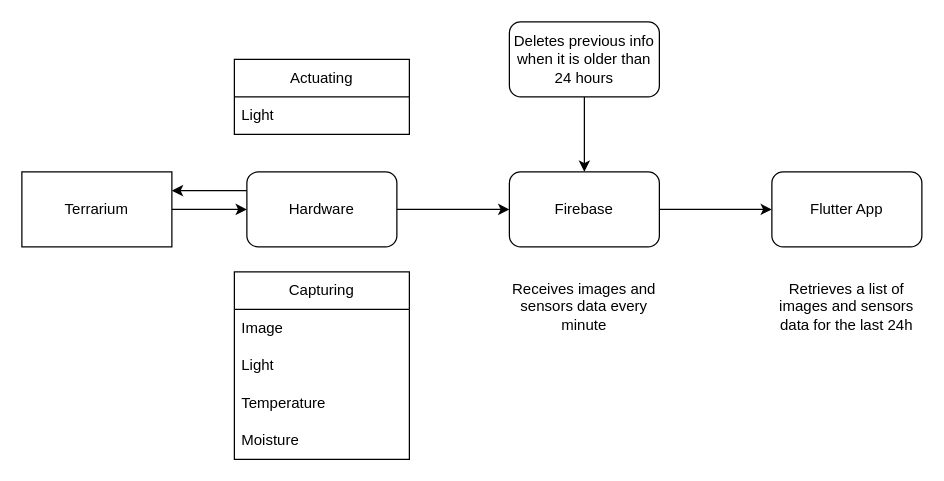
Before: Workflow.drawio in GustavoSantiago113/TerrariumMonitor, a draw.io diagram. Source tidied: cells renumbered, new cells numbered last; positions are measured from the earlier drawing's top-left corner, leaving out a move shared by most shapes. Both pictures are drawn from the tidied source at 125%, with x=0, y=0 at pixel (21, 21).
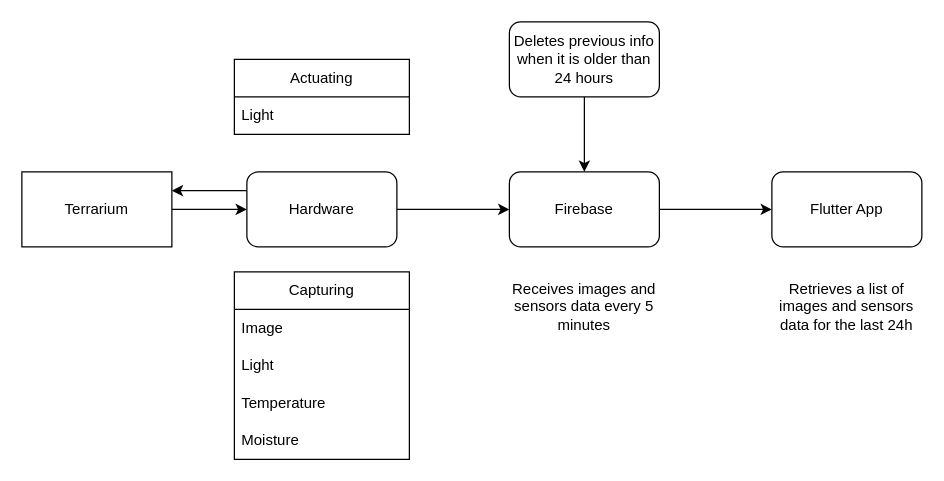
Above is the later version.

Diff of the diagram source:
```diff
@@
-    <mxCell id="17" value="&lt;p style=&quot;margin-top: 0px;&quot;&gt;&lt;span style=&quot;background-color: transparent; color: light-dark(rgb(0, 0, 0), rgb(255, 255, 255)); font-size: 12px; font-weight: 400;&quot;&gt;Receives images and sensors data every minute&lt;/span&gt;&lt;/p&gt;" style="text;html=1;whiteSpace=wrap;overflow=hidden;rounded=0;align=center;" parent="1" vertex="1">
+    <mxCell id="17" value="&lt;p style=&quot;margin-top: 0px;&quot;&gt;&lt;span style=&quot;background-color: transparent; color: light-dark(rgb(0, 0, 0), rgb(255, 255, 255)); font-size: 12px; font-weight: 400;&quot;&gt;Receives images and sensors data every 5 minutes&lt;/span&gt;&lt;/p&gt;" style="text;html=1;whiteSpace=wrap;overflow=hidden;rounded=0;align=center;" parent="1" vertex="1">
       <mxGeometry x="390" y="200" width="120" height="60" as="geometry" />
     </mxCell>
```
